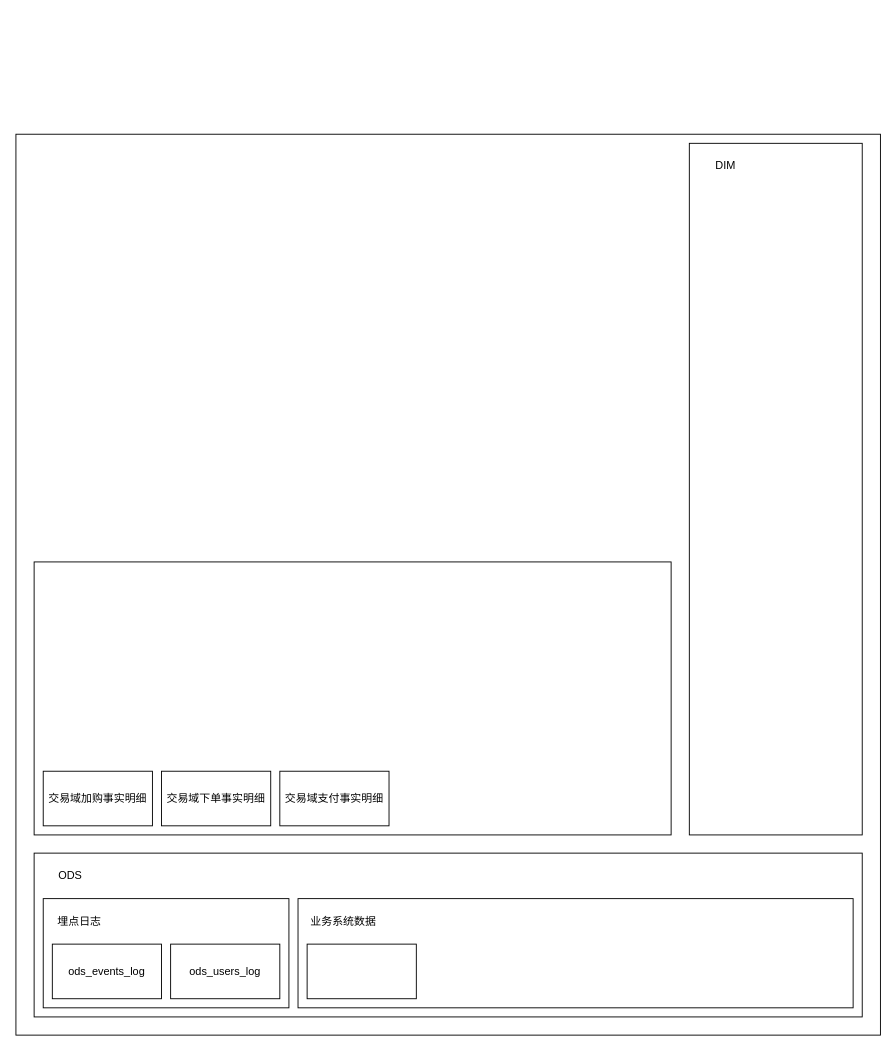
Earlier version of the draw.io diagram 离线数仓分层架构.drawio (Jacoulin/draw). Source tidied: cells renumbered, new cells numbered last; positions are measured from the earlier drawing's top-left corner, leaving out a move shared by most shapes. Both pictures are drawn from the tidied source at 91%, with x=0, y=0 at pixel (15, 134).
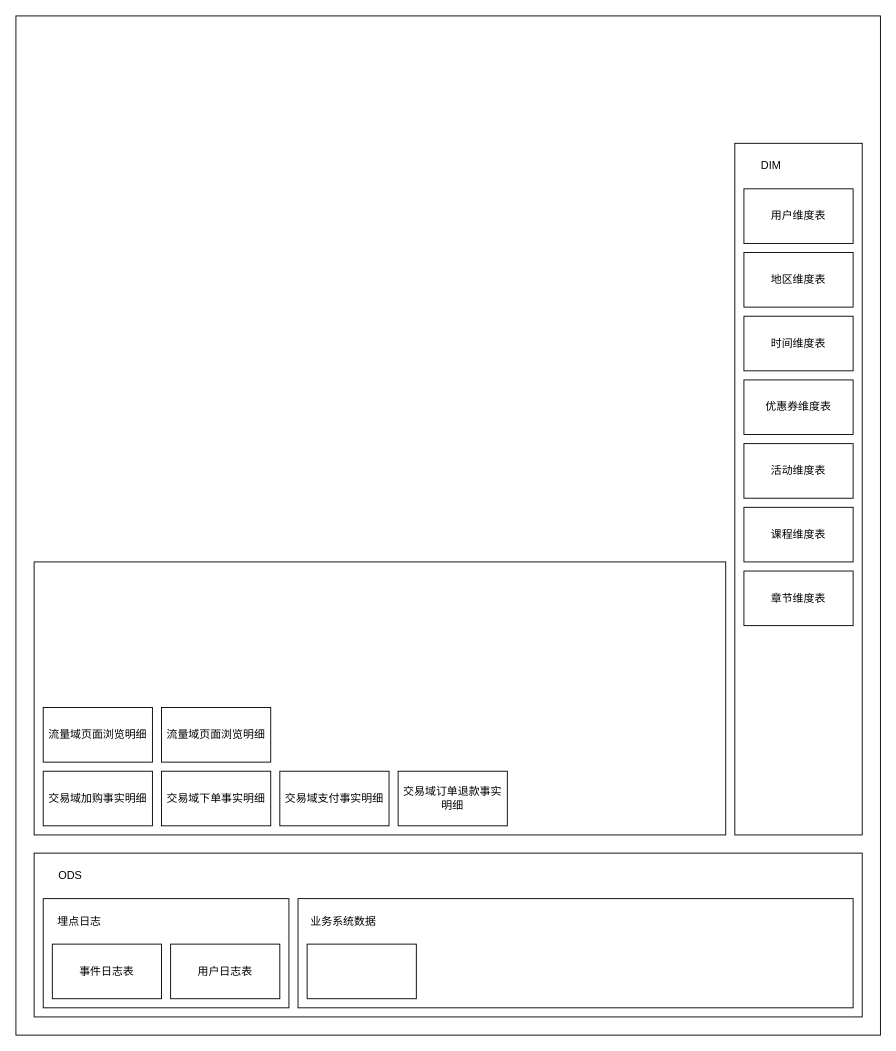
Above is the later version.

Commit message (it also covers changes not shown here):
更新离线数仓分层架构.drawio

What changed in the source:
```diff
@@
     <mxCell id="2" style="rounded=0;whiteSpace=wrap;html=1;" parent="1" vertex="1">
-      <mxGeometry width="950" height="990" as="geometry" />
+      <mxGeometry y="-130" width="950" height="1120" as="geometry" />
     </mxCell>
@@
-    <mxCell id="5" value="ods_events_log" style="rounded=0;whiteSpace=wrap;html=1;" parent="1" vertex="1">
+    <mxCell id="5" value="事件日志表" style="rounded=0;whiteSpace=wrap;html=1;" parent="1" vertex="1">
       <mxGeometry x="40" y="890" width="120" height="60" as="geometry" />
     </mxCell>
-    <mxCell id="6" value="ods_users_log" style="rounded=0;whiteSpace=wrap;html=1;" parent="1" vertex="1">
+    <mxCell id="6" value="用户日志表" style="rounded=0;whiteSpace=wrap;html=1;" parent="1" vertex="1">
       <mxGeometry x="170" y="890" width="120" height="60" as="geometry" />
     </mxCell>
@@
     <mxCell id="12" style="rounded=0;whiteSpace=wrap;html=1;" parent="1" vertex="1">
-      <mxGeometry x="20" y="470" width="700" height="300" as="geometry" />
+      <mxGeometry x="20" y="470" width="760" height="300" as="geometry" />
     </mxCell>
     <mxCell id="13" style="rounded=0;whiteSpace=wrap;html=1;" parent="1" vertex="1">
-      <mxGeometry x="740" y="10" width="190" height="760" as="geometry" />
+      <mxGeometry x="790" y="10" width="140" height="760" as="geometry" />
     </mxCell>
     <mxCell id="14" value="DIM" style="text;html=1;strokeColor=none;fillColor=none;align=center;verticalAlign=middle;whiteSpace=wrap;rounded=0;" parent="1" vertex="1">
-      <mxGeometry x="750" y="20" width="60" height="30" as="geometry" />
+      <mxGeometry x="800" y="20" width="60" height="30" as="geometry" />
     </mxCell>
@@
+    <mxCell id="18" value="流量域页面浏览明细" style="rounded=0;whiteSpace=wrap;html=1;" parent="1" vertex="1">
+      <mxGeometry x="30" y="630" width="120" height="60" as="geometry" />
+    </mxCell>
+    <mxCell id="19" value="流量域页面浏览明细" style="rounded=0;whiteSpace=wrap;html=1;" parent="1" vertex="1">
+      <mxGeometry x="160" y="630" width="120" height="60" as="geometry" />
+    </mxCell>
+    <mxCell id="20" value="用户维度表" style="rounded=0;whiteSpace=wrap;html=1;" parent="1" vertex="1">
+      <mxGeometry x="800" y="60" width="120" height="60" as="geometry" />
+    </mxCell>
+    <mxCell id="21" value="课程维度表" style="rounded=0;whiteSpace=wrap;html=1;" parent="1" vertex="1">
+      <mxGeometry x="800" y="410" width="120" height="60" as="geometry" />
+    </mxCell>
+    <mxCell id="22" value="章节维度表" style="rounded=0;whiteSpace=wrap;html=1;" parent="1" vertex="1">
+      <mxGeometry x="800" y="480" width="120" height="60" as="geometry" />
+    </mxCell>
+    <mxCell id="23" value="交易域订单退款事实明细" style="rounded=0;whiteSpace=wrap;html=1;" parent="1" vertex="1">
+      <mxGeometry x="420" y="700" width="120" height="60" as="geometry" />
+    </mxCell>
+    <mxCell id="24" value="优惠券维度表" style="rounded=0;whiteSpace=wrap;html=1;" parent="1" vertex="1">
+      <mxGeometry x="800" y="270" width="120" height="60" as="geometry" />
+    </mxCell>
+    <mxCell id="25" value="活动维度表" style="rounded=0;whiteSpace=wrap;html=1;" parent="1" vertex="1">
+      <mxGeometry x="800" y="340" width="120" height="60" as="geometry" />
+    </mxCell>
+    <mxCell id="26" value="地区维度表" style="rounded=0;whiteSpace=wrap;html=1;" parent="1" vertex="1">
+      <mxGeometry x="800" y="130" width="120" height="60" as="geometry" />
+    </mxCell>
+    <mxCell id="27" value="时间维度表" style="rounded=0;whiteSpace=wrap;html=1;" parent="1" vertex="1">
+      <mxGeometry x="800" y="200" width="120" height="60" as="geometry" />
+    </mxCell>
```
